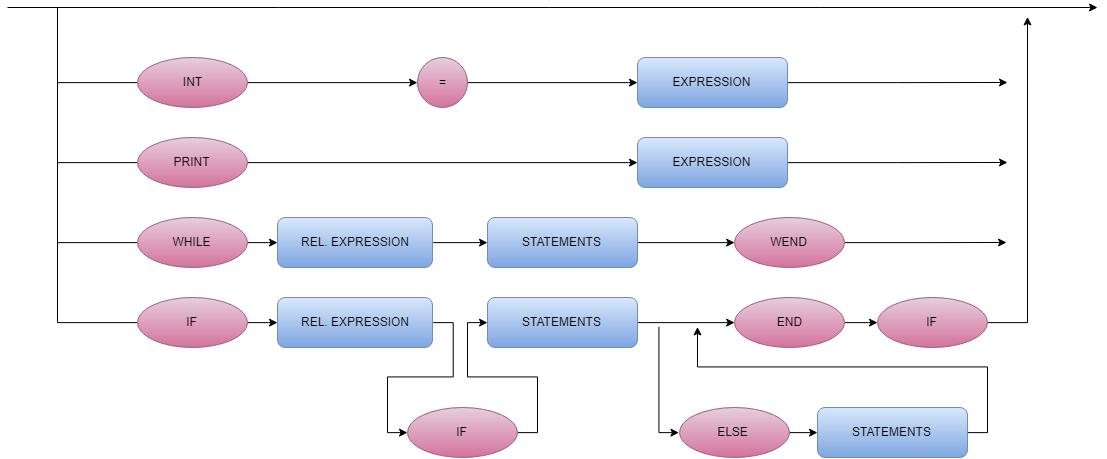
Before: Imgs/STATEMENT.png, a diagram exported from draw.io (Leostayner/Compilador-LM). Source tidied: cells renumbered, new cells last; positions are measured from the earlier drawing's top-left corner, leaving out a move shared by most shapes.
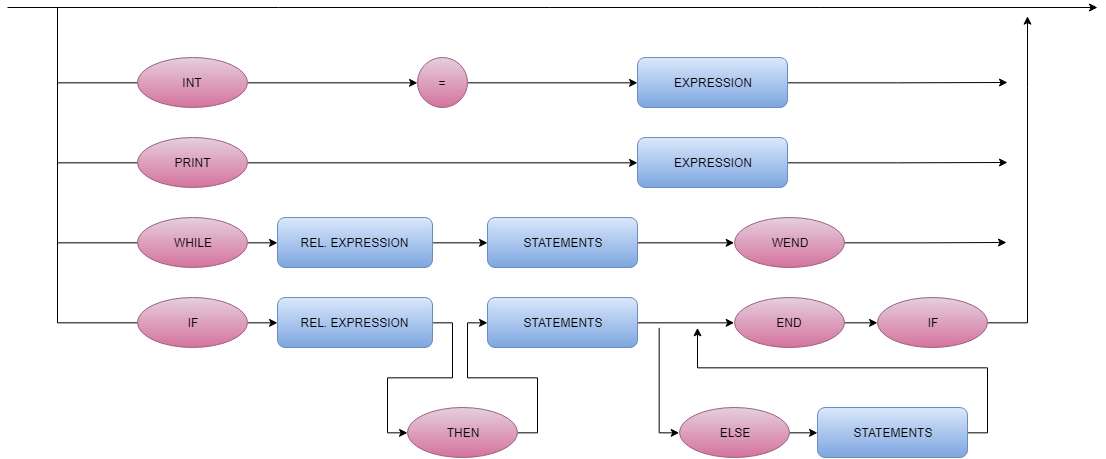
The same diagram one commit later.

Commit message:
diagramas atualizados

Change to the diagram source:
```diff
@@ -2,145 +2,145 @@
   <root>
     <mxCell id="0" />
     <mxCell id="1" parent="0" />
-    <mxCell id="2" style="edgeStyle=orthogonalEdgeStyle;rounded=0;jettySize=auto;html=1;exitX=1;exitY=0.5;exitDx=0;exitDy=0;" parent="1" edge="1" source="3">
-      <mxGeometry relative="1" as="geometry">
-        <mxPoint x="1000" y="75" as="targetPoint" />
-      </mxGeometry>
-    </mxCell>
-    <mxCell id="3" value="EXPRESSION" style="rounded=1;whiteSpace=wrap;html=1;gradientColor=#7ea6e0;fillColor=#dae8fc;strokeColor=#6c8ebf;" parent="1" vertex="1">
-      <mxGeometry x="630" y="50" width="150" height="50" as="geometry" />
-    </mxCell>
+    <mxCell id="42" style="edgeStyle=orthogonalEdgeStyle;rounded=0;jettySize=auto;html=1;exitX=1;exitY=0.5;exitDx=0;exitDy=0;" parent="1" edge="1" source="43">
+      <mxGeometry relative="1" as="geometry">
+        <mxPoint x="1000" y="75" as="targetPoint" />
+      </mxGeometry>
+    </mxCell>
+    <mxCell id="43" value="EXPRESSION" style="rounded=1;whiteSpace=wrap;html=1;gradientColor=#7ea6e0;fillColor=#dae8fc;strokeColor=#6c8ebf;" parent="1" vertex="1">
+      <mxGeometry x="630" y="50" width="150" height="50" as="geometry" />
+    </mxCell>
     <mxCell id="4" style="edgeStyle=orthogonalEdgeStyle;rounded=0;jettySize=auto;html=1;exitX=1;exitY=0.5;exitDx=0;exitDy=0;entryX=0;entryY=0.5;entryDx=0;entryDy=0;" parent="1" edge="1" source="6" target="8">
       <mxGeometry relative="1" as="geometry" />
     </mxCell>
-    <mxCell id="5" style="edgeStyle=orthogonalEdgeStyle;rounded=0;jettySize=auto;html=1;exitX=0;exitY=0.5;exitDx=0;exitDy=0;endArrow=none;endFill=0;" parent="1" edge="1" source="6">
-      <mxGeometry relative="1" as="geometry">
-        <mxPoint x="50" as="targetPoint" />
-      </mxGeometry>
-    </mxCell>
+    <mxCell id="44" style="edgeStyle=orthogonalEdgeStyle;rounded=0;jettySize=auto;html=1;exitX=0;exitY=0.5;exitDx=0;exitDy=0;endArrow=none;endFill=0;" parent="1" edge="1" source="6">
+      <mxGeometry relative="1" as="geometry">
+        <mxPoint x="50" as="targetPoint" />
+      </mxGeometry>
+    </mxCell>
     <mxCell id="6" value="INT" style="ellipse;whiteSpace=wrap;html=1;fillColor=#e6d0de;strokeColor=#996185;gradientColor=#d5739d;" parent="1" vertex="1">
       <mxGeometry x="130" y="50" width="110" height="50" as="geometry" />
     </mxCell>
-    <mxCell id="7" style="edgeStyle=orthogonalEdgeStyle;rounded=0;jettySize=auto;html=1;exitX=1;exitY=0.5;exitDx=0;exitDy=0;entryX=0;entryY=0.5;entryDx=0;entryDy=0;" parent="1" edge="1" source="8" target="3">
-      <mxGeometry relative="1" as="geometry" />
-    </mxCell>
+    <mxCell id="45" style="edgeStyle=orthogonalEdgeStyle;rounded=0;jettySize=auto;html=1;exitX=1;exitY=0.5;exitDx=0;exitDy=0;entryX=0;entryY=0.5;entryDx=0;entryDy=0;" parent="1" edge="1" source="8" target="43">
+      <mxGeometry relative="1" as="geometry" />
+    </mxCell>
     <mxCell id="8" value="=" style="ellipse;whiteSpace=wrap;html=1;gradientColor=#d5739d;fillColor=#e6d0de;strokeColor=#996185;" parent="1" vertex="1">
       <mxGeometry x="410" y="50" width="50" height="50" as="geometry" />
     </mxCell>
-    <mxCell id="9" style="edgeStyle=orthogonalEdgeStyle;rounded=0;jettySize=auto;html=1;exitX=1;exitY=0.5;exitDx=0;exitDy=0;" parent="1" edge="1" source="10">
-      <mxGeometry relative="1" as="geometry">
-        <mxPoint x="1000" y="155" as="targetPoint" />
-      </mxGeometry>
-    </mxCell>
-    <mxCell id="10" value="EXPRESSION" style="rounded=1;whiteSpace=wrap;html=1;gradientColor=#7ea6e0;fillColor=#dae8fc;strokeColor=#6c8ebf;" parent="1" vertex="1">
-      <mxGeometry x="630" y="130" width="150" height="50" as="geometry" />
-    </mxCell>
-    <mxCell id="11" style="edgeStyle=orthogonalEdgeStyle;rounded=0;jettySize=auto;html=1;exitX=1;exitY=0.5;exitDx=0;exitDy=0;entryX=0;entryY=0.5;entryDx=0;entryDy=0;" parent="1" edge="1" source="12" target="27">
-      <mxGeometry relative="1" as="geometry" />
-    </mxCell>
-    <mxCell id="12" value="REL. EXPRESSION" style="rounded=1;whiteSpace=wrap;html=1;gradientColor=#7ea6e0;fillColor=#dae8fc;strokeColor=#6c8ebf;" parent="1" vertex="1">
-      <mxGeometry x="270" y="210" width="155" height="50" as="geometry" />
-    </mxCell>
-    <mxCell id="13" style="edgeStyle=orthogonalEdgeStyle;rounded=0;jettySize=auto;html=1;exitX=1;exitY=0.5;exitDx=0;exitDy=0;entryX=0;entryY=0.5;entryDx=0;entryDy=0;" parent="1" edge="1" source="14" target="36">
-      <mxGeometry relative="1" as="geometry" />
-    </mxCell>
-    <mxCell id="14" value="REL. EXPRESSION" style="rounded=1;whiteSpace=wrap;html=1;gradientColor=#7ea6e0;fillColor=#dae8fc;strokeColor=#6c8ebf;" parent="1" vertex="1">
-      <mxGeometry x="270" y="290" width="155" height="50" as="geometry" />
-    </mxCell>
-    <mxCell id="15" style="edgeStyle=orthogonalEdgeStyle;rounded=0;jettySize=auto;html=1;exitX=1;exitY=0.5;exitDx=0;exitDy=0;entryX=0;entryY=0.5;entryDx=0;entryDy=0;" parent="1" edge="1" source="17" target="10">
-      <mxGeometry relative="1" as="geometry" />
-    </mxCell>
-    <mxCell id="16" style="edgeStyle=orthogonalEdgeStyle;rounded=0;jettySize=auto;html=1;exitX=0;exitY=0.5;exitDx=0;exitDy=0;endArrow=none;endFill=0;" parent="1" edge="1" source="17">
-      <mxGeometry relative="1" as="geometry">
-        <mxPoint x="50" y="75" as="targetPoint" />
-      </mxGeometry>
-    </mxCell>
+    <mxCell id="46" style="edgeStyle=orthogonalEdgeStyle;rounded=0;jettySize=auto;html=1;exitX=1;exitY=0.5;exitDx=0;exitDy=0;" parent="1" edge="1" source="47">
+      <mxGeometry relative="1" as="geometry">
+        <mxPoint x="1000" y="155" as="targetPoint" />
+      </mxGeometry>
+    </mxCell>
+    <mxCell id="47" value="EXPRESSION" style="rounded=1;whiteSpace=wrap;html=1;gradientColor=#7ea6e0;fillColor=#dae8fc;strokeColor=#6c8ebf;" parent="1" vertex="1">
+      <mxGeometry x="630" y="130" width="150" height="50" as="geometry" />
+    </mxCell>
+    <mxCell id="48" style="edgeStyle=orthogonalEdgeStyle;rounded=0;jettySize=auto;html=1;exitX=1;exitY=0.5;exitDx=0;exitDy=0;entryX=0;entryY=0.5;entryDx=0;entryDy=0;" parent="1" edge="1" source="49" target="62">
+      <mxGeometry relative="1" as="geometry" />
+    </mxCell>
+    <mxCell id="49" value="REL. EXPRESSION" style="rounded=1;whiteSpace=wrap;html=1;gradientColor=#7ea6e0;fillColor=#dae8fc;strokeColor=#6c8ebf;" parent="1" vertex="1">
+      <mxGeometry x="270" y="210" width="155" height="50" as="geometry" />
+    </mxCell>
+    <mxCell id="50" style="edgeStyle=orthogonalEdgeStyle;rounded=0;jettySize=auto;html=1;exitX=1;exitY=0.5;exitDx=0;exitDy=0;entryX=0;entryY=0.5;entryDx=0;entryDy=0;" parent="1" edge="1" source="51" target="71">
+      <mxGeometry relative="1" as="geometry" />
+    </mxCell>
+    <mxCell id="51" value="REL. EXPRESSION" style="rounded=1;whiteSpace=wrap;html=1;gradientColor=#7ea6e0;fillColor=#dae8fc;strokeColor=#6c8ebf;" parent="1" vertex="1">
+      <mxGeometry x="270" y="290" width="155" height="50" as="geometry" />
+    </mxCell>
+    <mxCell id="52" style="edgeStyle=orthogonalEdgeStyle;rounded=0;jettySize=auto;html=1;exitX=1;exitY=0.5;exitDx=0;exitDy=0;entryX=0;entryY=0.5;entryDx=0;entryDy=0;" parent="1" edge="1" source="17" target="47">
+      <mxGeometry relative="1" as="geometry" />
+    </mxCell>
+    <mxCell id="53" style="edgeStyle=orthogonalEdgeStyle;rounded=0;jettySize=auto;html=1;exitX=0;exitY=0.5;exitDx=0;exitDy=0;endArrow=none;endFill=0;" parent="1" edge="1" source="17">
+      <mxGeometry relative="1" as="geometry">
+        <mxPoint x="50" y="75" as="targetPoint" />
+      </mxGeometry>
+    </mxCell>
     <mxCell id="17" value="PRINT" style="ellipse;whiteSpace=wrap;html=1;gradientColor=#d5739d;fillColor=#e6d0de;strokeColor=#996185;" parent="1" vertex="1">
       <mxGeometry x="130" y="130" width="110" height="50" as="geometry" />
     </mxCell>
-    <mxCell id="18" style="edgeStyle=orthogonalEdgeStyle;rounded=0;jettySize=auto;html=1;exitX=1;exitY=0.5;exitDx=0;exitDy=0;entryX=0;entryY=0.5;entryDx=0;entryDy=0;" parent="1" edge="1" source="20" target="12">
-      <mxGeometry relative="1" as="geometry" />
-    </mxCell>
-    <mxCell id="19" style="edgeStyle=orthogonalEdgeStyle;rounded=0;jettySize=auto;html=1;exitX=0;exitY=0.5;exitDx=0;exitDy=0;endArrow=none;endFill=0;" parent="1" edge="1" source="20">
-      <mxGeometry relative="1" as="geometry">
-        <mxPoint x="50" y="155" as="targetPoint" />
-      </mxGeometry>
-    </mxCell>
+    <mxCell id="54" style="edgeStyle=orthogonalEdgeStyle;rounded=0;jettySize=auto;html=1;exitX=1;exitY=0.5;exitDx=0;exitDy=0;entryX=0;entryY=0.5;entryDx=0;entryDy=0;" parent="1" edge="1" source="20" target="49">
+      <mxGeometry relative="1" as="geometry" />
+    </mxCell>
+    <mxCell id="55" style="edgeStyle=orthogonalEdgeStyle;rounded=0;jettySize=auto;html=1;exitX=0;exitY=0.5;exitDx=0;exitDy=0;endArrow=none;endFill=0;" parent="1" edge="1" source="20">
+      <mxGeometry relative="1" as="geometry">
+        <mxPoint x="50" y="155" as="targetPoint" />
+      </mxGeometry>
+    </mxCell>
     <mxCell id="20" value="WHILE" style="ellipse;whiteSpace=wrap;html=1;gradientColor=#d5739d;fillColor=#e6d0de;strokeColor=#996185;" parent="1" vertex="1">
       <mxGeometry x="130" y="210" width="110" height="50" as="geometry" />
     </mxCell>
-    <mxCell id="21" style="edgeStyle=orthogonalEdgeStyle;rounded=0;jettySize=auto;html=1;exitX=1;exitY=0.5;exitDx=0;exitDy=0;entryX=0;entryY=0.5;entryDx=0;entryDy=0;" parent="1" edge="1" source="23" target="14">
-      <mxGeometry relative="1" as="geometry" />
-    </mxCell>
-    <mxCell id="22" style="edgeStyle=orthogonalEdgeStyle;rounded=0;jettySize=auto;html=1;exitX=0;exitY=0.5;exitDx=0;exitDy=0;endArrow=none;endFill=0;" parent="1" edge="1" source="23">
-      <mxGeometry relative="1" as="geometry">
-        <mxPoint x="50" y="235" as="targetPoint" />
-      </mxGeometry>
-    </mxCell>
-    <mxCell id="23" value="IF" style="ellipse;whiteSpace=wrap;html=1;gradientColor=#d5739d;fillColor=#e6d0de;strokeColor=#996185;" parent="1" vertex="1">
-      <mxGeometry x="130" y="290" width="110" height="50" as="geometry" />
-    </mxCell>
-    <mxCell id="24" style="edgeStyle=orthogonalEdgeStyle;rounded=0;jettySize=auto;html=1;exitX=1;exitY=0.5;exitDx=0;exitDy=0;entryX=0;entryY=0.5;entryDx=0;entryDy=0;" parent="1" edge="1" source="25" target="38">
-      <mxGeometry relative="1" as="geometry" />
-    </mxCell>
-    <mxCell id="25" value="STATEMENTS" style="rounded=1;whiteSpace=wrap;html=1;gradientColor=#7ea6e0;fillColor=#dae8fc;strokeColor=#6c8ebf;" parent="1" vertex="1">
-      <mxGeometry x="480" y="290" width="150" height="50" as="geometry" />
-    </mxCell>
-    <mxCell id="26" style="edgeStyle=orthogonalEdgeStyle;rounded=0;jettySize=auto;html=1;exitX=1;exitY=0.5;exitDx=0;exitDy=0;entryX=0;entryY=0.5;entryDx=0;entryDy=0;" parent="1" edge="1" source="27" target="39">
-      <mxGeometry relative="1" as="geometry" />
-    </mxCell>
-    <mxCell id="27" value="STATEMENTS" style="rounded=1;whiteSpace=wrap;html=1;gradientColor=#7ea6e0;fillColor=#dae8fc;strokeColor=#6c8ebf;" parent="1" vertex="1">
-      <mxGeometry x="480" y="210" width="150" height="50" as="geometry" />
-    </mxCell>
-    <mxCell id="28" style="edgeStyle=orthogonalEdgeStyle;rounded=0;jettySize=auto;html=1;exitX=1;exitY=0.5;exitDx=0;exitDy=0;" parent="1" edge="1" source="39">
-      <mxGeometry relative="1" as="geometry">
-        <mxPoint x="999" y="235" as="targetPoint" />
-      </mxGeometry>
-    </mxCell>
-    <mxCell id="29" style="edgeStyle=orthogonalEdgeStyle;rounded=0;jettySize=auto;html=1;exitX=1;exitY=0.5;exitDx=0;exitDy=0;entryX=0;entryY=0.5;entryDx=0;entryDy=0;" parent="1" edge="1" source="38" target="40">
-      <mxGeometry relative="1" as="geometry" />
-    </mxCell>
-    <mxCell id="30" style="edgeStyle=orthogonalEdgeStyle;rounded=0;jettySize=auto;html=1;exitX=1;exitY=0.5;exitDx=0;exitDy=0;" parent="1" edge="1" source="40">
-      <mxGeometry relative="1" as="geometry">
-        <mxPoint x="1020" y="9" as="targetPoint" />
-        <Array as="points">
-          <mxPoint x="1020" y="315" />
-          <mxPoint x="1020" y="80" />
-        </Array>
-      </mxGeometry>
-    </mxCell>
-    <mxCell id="31" style="edgeStyle=orthogonalEdgeStyle;rounded=0;jettySize=auto;html=1;exitX=1;exitY=0.5;exitDx=0;exitDy=0;entryX=0;entryY=0.5;entryDx=0;entryDy=0;" parent="1" edge="1" source="37" target="34">
-      <mxGeometry relative="1" as="geometry" />
-    </mxCell>
-    <mxCell id="32" style="edgeStyle=orthogonalEdgeStyle;rounded=0;jettySize=auto;html=1;exitX=0;exitY=0.5;exitDx=0;exitDy=0;endArrow=none;endFill=0;startArrow=classic;startFill=1;" parent="1" edge="1" source="37">
-      <mxGeometry relative="1" as="geometry">
-        <mxPoint x="652" y="320" as="targetPoint" />
-        <Array as="points">
-          <mxPoint x="652" y="425" />
-          <mxPoint x="652" y="320" />
-        </Array>
-      </mxGeometry>
-    </mxCell>
-    <mxCell id="33" style="edgeStyle=orthogonalEdgeStyle;rounded=0;jettySize=auto;html=1;exitX=1;exitY=0.5;exitDx=0;exitDy=0;" parent="1" edge="1" source="34">
-      <mxGeometry relative="1" as="geometry">
-        <mxPoint x="690" y="320" as="targetPoint" />
-        <Array as="points">
-          <mxPoint x="980" y="425" />
-          <mxPoint x="980" y="360" />
-          <mxPoint x="690" y="360" />
-          <mxPoint x="690" y="320" />
-        </Array>
-      </mxGeometry>
-    </mxCell>
-    <mxCell id="34" value="STATEMENTS" style="rounded=1;whiteSpace=wrap;html=1;gradientColor=#7ea6e0;fillColor=#dae8fc;strokeColor=#6c8ebf;" parent="1" vertex="1">
-      <mxGeometry x="810" y="400" width="150" height="50" as="geometry" />
-    </mxCell>
-    <mxCell id="35" style="edgeStyle=orthogonalEdgeStyle;rounded=0;jettySize=auto;html=1;exitX=1;exitY=0.5;exitDx=0;exitDy=0;entryX=0;entryY=0.5;entryDx=0;entryDy=0;" parent="1" edge="1" source="36" target="25">
-      <mxGeometry relative="1" as="geometry" />
-    </mxCell>
-    <mxCell id="36" value="IF" style="ellipse;whiteSpace=wrap;html=1;gradientColor=#d5739d;fillColor=#e6d0de;strokeColor=#996185;" parent="1" vertex="1">
-      <mxGeometry x="400" y="400" width="110" height="50" as="geometry" />
-    </mxCell>
+    <mxCell id="56" style="edgeStyle=orthogonalEdgeStyle;rounded=0;jettySize=auto;html=1;exitX=1;exitY=0.5;exitDx=0;exitDy=0;entryX=0;entryY=0.5;entryDx=0;entryDy=0;" parent="1" edge="1" source="58" target="51">
+      <mxGeometry relative="1" as="geometry" />
+    </mxCell>
+    <mxCell id="57" style="edgeStyle=orthogonalEdgeStyle;rounded=0;jettySize=auto;html=1;exitX=0;exitY=0.5;exitDx=0;exitDy=0;endArrow=none;endFill=0;" parent="1" edge="1" source="58">
+      <mxGeometry relative="1" as="geometry">
+        <mxPoint x="50" y="235" as="targetPoint" />
+      </mxGeometry>
+    </mxCell>
+    <mxCell id="58" value="IF" style="ellipse;whiteSpace=wrap;html=1;gradientColor=#d5739d;fillColor=#e6d0de;strokeColor=#996185;" parent="1" vertex="1">
+      <mxGeometry x="130" y="290" width="110" height="50" as="geometry" />
+    </mxCell>
+    <mxCell id="59" style="edgeStyle=orthogonalEdgeStyle;rounded=0;jettySize=auto;html=1;exitX=1;exitY=0.5;exitDx=0;exitDy=0;entryX=0;entryY=0.5;entryDx=0;entryDy=0;" parent="1" edge="1" source="60" target="38">
+      <mxGeometry relative="1" as="geometry" />
+    </mxCell>
+    <mxCell id="60" value="STATEMENTS" style="rounded=1;whiteSpace=wrap;html=1;gradientColor=#7ea6e0;fillColor=#dae8fc;strokeColor=#6c8ebf;" parent="1" vertex="1">
+      <mxGeometry x="480" y="290" width="150" height="50" as="geometry" />
+    </mxCell>
+    <mxCell id="61" style="edgeStyle=orthogonalEdgeStyle;rounded=0;jettySize=auto;html=1;exitX=1;exitY=0.5;exitDx=0;exitDy=0;entryX=0;entryY=0.5;entryDx=0;entryDy=0;" parent="1" edge="1" source="62" target="39">
+      <mxGeometry relative="1" as="geometry" />
+    </mxCell>
+    <mxCell id="62" value="STATEMENTS" style="rounded=1;whiteSpace=wrap;html=1;gradientColor=#7ea6e0;fillColor=#dae8fc;strokeColor=#6c8ebf;" parent="1" vertex="1">
+      <mxGeometry x="480" y="210" width="150" height="50" as="geometry" />
+    </mxCell>
+    <mxCell id="63" style="edgeStyle=orthogonalEdgeStyle;rounded=0;jettySize=auto;html=1;exitX=1;exitY=0.5;exitDx=0;exitDy=0;" parent="1" edge="1" source="39">
+      <mxGeometry relative="1" as="geometry">
+        <mxPoint x="999" y="235" as="targetPoint" />
+      </mxGeometry>
+    </mxCell>
+    <mxCell id="64" style="edgeStyle=orthogonalEdgeStyle;rounded=0;jettySize=auto;html=1;exitX=1;exitY=0.5;exitDx=0;exitDy=0;entryX=0;entryY=0.5;entryDx=0;entryDy=0;" parent="1" edge="1" source="38" target="72">
+      <mxGeometry relative="1" as="geometry" />
+    </mxCell>
+    <mxCell id="65" style="edgeStyle=orthogonalEdgeStyle;rounded=0;jettySize=auto;html=1;exitX=1;exitY=0.5;exitDx=0;exitDy=0;" parent="1" edge="1" source="72">
+      <mxGeometry relative="1" as="geometry">
+        <mxPoint x="1020" y="9" as="targetPoint" />
+        <Array as="points">
+          <mxPoint x="1020" y="315" />
+          <mxPoint x="1020" y="80" />
+        </Array>
+      </mxGeometry>
+    </mxCell>
+    <mxCell id="66" style="edgeStyle=orthogonalEdgeStyle;rounded=0;jettySize=auto;html=1;exitX=1;exitY=0.5;exitDx=0;exitDy=0;entryX=0;entryY=0.5;entryDx=0;entryDy=0;" parent="1" edge="1" source="37" target="69">
+      <mxGeometry relative="1" as="geometry" />
+    </mxCell>
+    <mxCell id="67" style="edgeStyle=orthogonalEdgeStyle;rounded=0;jettySize=auto;html=1;exitX=0;exitY=0.5;exitDx=0;exitDy=0;endArrow=none;endFill=0;startArrow=classic;startFill=1;" parent="1" edge="1" source="37">
+      <mxGeometry relative="1" as="geometry">
+        <mxPoint x="652" y="320" as="targetPoint" />
+        <Array as="points">
+          <mxPoint x="652" y="425" />
+          <mxPoint x="652" y="320" />
+        </Array>
+      </mxGeometry>
+    </mxCell>
+    <mxCell id="68" style="edgeStyle=orthogonalEdgeStyle;rounded=0;jettySize=auto;html=1;exitX=1;exitY=0.5;exitDx=0;exitDy=0;" parent="1" edge="1" source="69">
+      <mxGeometry relative="1" as="geometry">
+        <mxPoint x="690" y="320" as="targetPoint" />
+        <Array as="points">
+          <mxPoint x="980" y="425" />
+          <mxPoint x="980" y="360" />
+          <mxPoint x="690" y="360" />
+          <mxPoint x="690" y="320" />
+        </Array>
+      </mxGeometry>
+    </mxCell>
+    <mxCell id="69" value="STATEMENTS" style="rounded=1;whiteSpace=wrap;html=1;gradientColor=#7ea6e0;fillColor=#dae8fc;strokeColor=#6c8ebf;" parent="1" vertex="1">
+      <mxGeometry x="810" y="400" width="150" height="50" as="geometry" />
+    </mxCell>
+    <mxCell id="70" style="edgeStyle=orthogonalEdgeStyle;rounded=0;jettySize=auto;html=1;exitX=1;exitY=0.5;exitDx=0;exitDy=0;entryX=0;entryY=0.5;entryDx=0;entryDy=0;" parent="1" edge="1" source="71" target="60">
+      <mxGeometry relative="1" as="geometry" />
+    </mxCell>
+    <mxCell id="71" value="THEN" style="ellipse;whiteSpace=wrap;html=1;gradientColor=#d5739d;fillColor=#e6d0de;strokeColor=#996185;" parent="1" vertex="1">
+      <mxGeometry x="400" y="400" width="110" height="50" as="geometry" />
+    </mxCell>
     <mxCell id="37" value="ELSE" style="ellipse;whiteSpace=wrap;html=1;gradientColor=#d5739d;fillColor=#e6d0de;strokeColor=#996185;" parent="1" vertex="1">
       <mxGeometry x="671.5" y="400" width="110" height="50" as="geometry" />
     </mxCell>
@@ -150,14 +150,14 @@
     <mxCell id="39" value="WEND" style="ellipse;whiteSpace=wrap;html=1;gradientColor=#d5739d;fillColor=#e6d0de;strokeColor=#996185;" parent="1" vertex="1">
       <mxGeometry x="727" y="210" width="110" height="50" as="geometry" />
     </mxCell>
-    <mxCell id="40" value="IF" style="ellipse;whiteSpace=wrap;html=1;gradientColor=#d5739d;fillColor=#e6d0de;strokeColor=#996185;" parent="1" vertex="1">
-      <mxGeometry x="870" y="290" width="110" height="50" as="geometry" />
-    </mxCell>
-    <mxCell id="41" style="endArrow=classic;html=1;" parent="1" edge="1">
-      <mxGeometry relative="1" as="geometry">
-        <mxPoint as="sourcePoint" />
-        <mxPoint x="1090" as="targetPoint" />
-      </mxGeometry>
-    </mxCell>
+    <mxCell id="72" value="IF" style="ellipse;whiteSpace=wrap;html=1;gradientColor=#d5739d;fillColor=#e6d0de;strokeColor=#996185;" parent="1" vertex="1">
+      <mxGeometry x="870" y="290" width="110" height="50" as="geometry" />
+    </mxCell>
+    <mxCell id="73" style="endArrow=classic;html=1;" parent="1" edge="1">
+      <mxGeometry relative="1" as="geometry">
+        <mxPoint as="sourcePoint" />
+        <mxPoint x="1090" as="targetPoint" />
+      </mxGeometry>
+    </mxCell>
   </root>
 </mxGraphModel>
```
